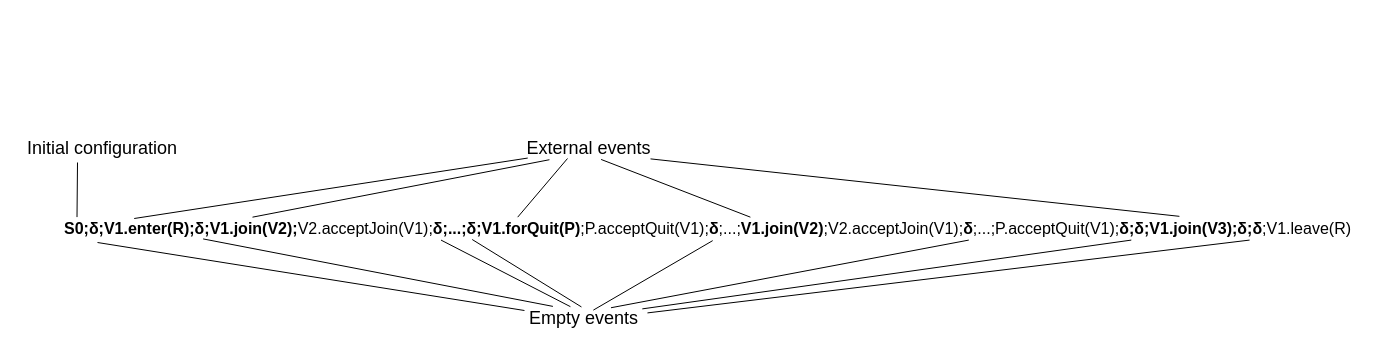
This is chemin.drawio from jpgros/site-web, a draw.io file, before an edit. Source tidied: cells renumbered, new cells numbered last; positions are measured from the earlier drawing's top-left corner, leaving out a move shared by most shapes. Both pictures are drawn from the tidied source at 100%, with x=0, y=0 at pixel (17, 138).
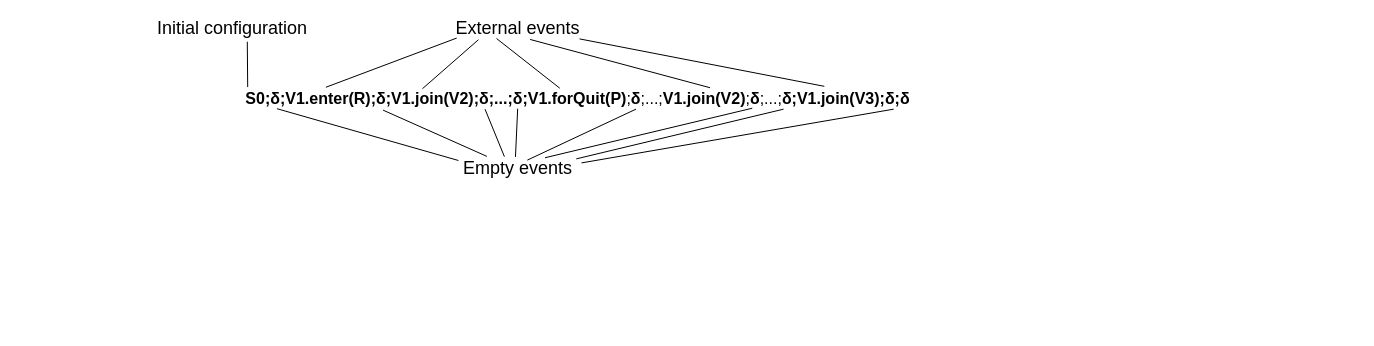
After the change.

What changed in the source:
```diff
@@
-    <mxCell id="2" value="&lt;font style=&quot;font-size: 16px&quot;&gt;&lt;b&gt;S0;δ;V1.enter(R);δ;V1.join(V2);&lt;/b&gt;V2.acceptJoin(V1);&lt;b&gt;δ;...;δ;V1.forQuit(P)&lt;/b&gt;;P.acceptQuit(V1);&lt;b&gt;δ&lt;/b&gt;;...;&lt;b&gt;V1.join(V2)&lt;/b&gt;;V2.acceptJoin(V1);&lt;b&gt;δ&lt;/b&gt;;...;P.acceptQuit(V1);&lt;b&gt;δ;δ;V1.join(V3);δ;δ&lt;/b&gt;;V1.leave(R)&lt;/font&gt;" style="text;html=1;align=center;verticalAlign=middle;points=[];fontSize=14;" parent="1" vertex="1">
-      <mxGeometry x="40" y="80" width="1300" height="20" as="geometry" />
+    <mxCell id="2" value="&lt;font style=&quot;font-size: 16px&quot;&gt;&lt;b&gt;S0;δ;V1.enter(R);δ;V1.join(V2);&lt;/b&gt;&lt;b&gt;δ;...;δ;V1.forQuit(P)&lt;/b&gt;;&lt;b&gt;δ&lt;/b&gt;;...;&lt;b&gt;V1.join(V2)&lt;/b&gt;;&lt;b&gt;δ&lt;/b&gt;;...;&lt;b&gt;δ;V1.join(V3);δ;δ&lt;/b&gt;&lt;/font&gt;" style="text;html=1;align=center;verticalAlign=middle;points=[];fontSize=14;" parent="1" vertex="1">
+      <mxGeometry x="220" y="-50" width="680" height="20" as="geometry" />
     </mxCell>
     <mxCell id="3" value="&lt;font style=&quot;font-size: 18px&quot;&gt;Empty events&lt;/font&gt;" style="text;html=1;align=center;verticalAlign=middle;points=[];" parent="1" vertex="1">
-      <mxGeometry x="506" y="170" width="120" height="20" as="geometry" />
+      <mxGeometry x="440" y="20" width="120" height="20" as="geometry" />
     </mxCell>
-    <mxCell id="4" style="endArrow=none;html=1;exitX=0.008;exitY=0.1;exitDx=0;exitDy=0;exitPerimeter=0;" parent="1" edge="1" source="3">
-      <mxGeometry relative="1" as="geometry">
-        <mxPoint x="80" y="104" as="targetPoint" />
-      </mxGeometry>
+    <mxCell id="4" style="endArrow=none;html=1;exitX=0.008;exitY=0.1;exitDx=0;exitDy=0;exitPerimeter=0;entryX=0.058;entryY=1.01;entryDx=0;entryDy=0;entryPerimeter=0;" parent="1" edge="1" source="3" target="2">
+      <mxGeometry relative="1" as="geometry" />
     </mxCell>
-    <mxCell id="5" style="endArrow=none;html=1;entryX=0.245;entryY=-0.106;entryDx=0;entryDy=0;entryPerimeter=0;exitX=0.112;exitY=1.021;exitDx=0;exitDy=0;exitPerimeter=0;" parent="1" edge="1" source="2" target="3">
+    <mxCell id="5" style="endArrow=none;html=1;entryX=0.245;entryY=-0.106;entryDx=0;entryDy=0;entryPerimeter=0;exitX=0.214;exitY=1.081;exitDx=0;exitDy=0;exitPerimeter=0;" parent="1" edge="1" source="2" target="3">
       <mxGeometry relative="1" as="geometry" />
     </mxCell>
-    <mxCell id="6" style="endArrow=none;html=1;entryX=0.391;entryY=-0.092;entryDx=0;entryDy=0;entryPerimeter=0;exitX=0.295;exitY=1.079;exitDx=0;exitDy=0;exitPerimeter=0;" parent="1" edge="1" source="2" target="3">
+    <mxCell id="6" style="endArrow=none;html=1;entryX=0.391;entryY=-0.092;entryDx=0;entryDy=0;entryPerimeter=0;exitX=0.364;exitY=1.033;exitDx=0;exitDy=0;exitPerimeter=0;" parent="1" edge="1" source="2" target="3">
       <mxGeometry relative="1" as="geometry" />
     </mxCell>
-    <mxCell id="7" style="endArrow=none;html=1;exitX=0.319;exitY=1.05;exitDx=0;exitDy=0;exitPerimeter=0;entryX=0.483;entryY=-0.078;entryDx=0;entryDy=0;entryPerimeter=0;" parent="1" edge="1" source="2" target="3">
+    <mxCell id="7" style="endArrow=none;html=1;exitX=0.412;exitY=1.01;exitDx=0;exitDy=0;exitPerimeter=0;entryX=0.483;entryY=-0.078;entryDx=0;entryDy=0;entryPerimeter=0;" parent="1" edge="1" source="2" target="3">
       <mxGeometry relative="1" as="geometry" />
     </mxCell>
-    <mxCell id="8" style="endArrow=none;html=1;exitX=0.504;exitY=1.107;exitDx=0;exitDy=0;exitPerimeter=0;entryX=0.582;entryY=0.081;entryDx=0;entryDy=0;entryPerimeter=0;" parent="1" edge="1" source="2" target="3">
+    <mxCell id="8" style="endArrow=none;html=1;exitX=0.586;exitY=1.033;exitDx=0;exitDy=0;exitPerimeter=0;entryX=0.582;entryY=0.081;entryDx=0;entryDy=0;entryPerimeter=0;" parent="1" edge="1" source="2" target="3">
       <mxGeometry relative="1" as="geometry" />
     </mxCell>
-    <mxCell id="9" style="endArrow=none;html=1;exitX=0.701;exitY=1.079;exitDx=0;exitDy=0;exitPerimeter=0;entryX=0.729;entryY=-0.038;entryDx=0;entryDy=0;entryPerimeter=0;" parent="1" edge="1" source="2" target="3">
+    <mxCell id="9" style="endArrow=none;html=1;exitX=0.757;exitY=0.986;exitDx=0;exitDy=0;exitPerimeter=0;entryX=0.729;entryY=-0.038;entryDx=0;entryDy=0;entryPerimeter=0;" parent="1" edge="1" source="2" target="3">
       <mxGeometry relative="1" as="geometry" />
     </mxCell>
-    <mxCell id="10" style="endArrow=none;html=1;entryX=0.99;entryY=0.019;entryDx=0;entryDy=0;entryPerimeter=0;exitX=0.826;exitY=1.079;exitDx=0;exitDy=0;exitPerimeter=0;" parent="1" edge="1" source="2" target="3">
+    <mxCell id="10" style="endArrow=none;html=1;entryX=0.99;entryY=0.019;entryDx=0;entryDy=0;entryPerimeter=0;exitX=0.803;exitY=1.033;exitDx=0;exitDy=0;exitPerimeter=0;" parent="1" edge="1" source="2" target="3">
       <mxGeometry relative="1" as="geometry" />
     </mxCell>
-    <mxCell id="11" style="endArrow=none;html=1;entryX=1.033;entryY=0.221;entryDx=0;entryDy=0;entryPerimeter=0;exitX=0.917;exitY=1.079;exitDx=0;exitDy=0;exitPerimeter=0;" parent="1" edge="1" source="2" target="3">
+    <mxCell id="11" style="endArrow=none;html=1;entryX=1.033;entryY=0.221;entryDx=0;entryDy=0;entryPerimeter=0;exitX=0.965;exitY=1.033;exitDx=0;exitDy=0;exitPerimeter=0;" parent="1" edge="1" source="2" target="3">
       <mxGeometry relative="1" as="geometry" />
     </mxCell>
     <mxCell id="12" value="&lt;font style=&quot;font-size: 18px&quot;&gt;External events&lt;/font&gt;" style="text;html=1;align=center;verticalAlign=middle;points=[];" parent="1" vertex="1">
-      <mxGeometry x="501" width="140" height="20" as="geometry" />
+      <mxGeometry x="430" y="-120" width="140" height="20" as="geometry" />
     </mxCell>
-    <mxCell id="13" style="endArrow=none;html=1;exitX=0.059;exitY=0;exitDx=0;exitDy=0;exitPerimeter=0;entryX=0.066;entryY=0.978;entryDx=0;entryDy=0;entryPerimeter=0;" parent="1" edge="1" source="2" target="12">
+    <mxCell id="13" style="endArrow=none;html=1;exitX=0.13;exitY=-0.062;exitDx=0;exitDy=0;exitPerimeter=0;entryX=0.066;entryY=0.978;entryDx=0;entryDy=0;entryPerimeter=0;" parent="1" edge="1" source="2" target="12">
       <mxGeometry relative="1" as="geometry" />
     </mxCell>
-    <mxCell id="14" style="endArrow=none;html=1;exitX=0.15;exitY=-0.067;exitDx=0;exitDy=0;exitPerimeter=0;entryX=0.221;entryY=1.061;entryDx=0;entryDy=0;entryPerimeter=0;" parent="1" edge="1" source="2" target="12">
+    <mxCell id="14" style="endArrow=none;html=1;exitX=0.272;exitY=0.01;exitDx=0;exitDy=0;exitPerimeter=0;entryX=0.221;entryY=1.061;entryDx=0;entryDy=0;entryPerimeter=0;" parent="1" edge="1" source="2" target="12">
       <mxGeometry relative="1" as="geometry" />
     </mxCell>
-    <mxCell id="15" style="endArrow=none;html=1;exitX=0.354;exitY=-0.067;exitDx=0;exitDy=0;exitPerimeter=0;entryX=0.35;entryY=1;entryDx=0;entryDy=0;entryPerimeter=0;" parent="1" edge="1" source="2" target="12">
+    <mxCell id="15" style="endArrow=none;html=1;exitX=0.474;exitY=-0.014;exitDx=0;exitDy=0;exitPerimeter=0;entryX=0.35;entryY=1;entryDx=0;entryDy=0;entryPerimeter=0;" parent="1" edge="1" source="2" target="12">
       <mxGeometry relative="1" as="geometry" />
     </mxCell>
-    <mxCell id="16" style="endArrow=none;html=1;exitX=0.533;exitY=-0.067;exitDx=0;exitDy=0;exitPerimeter=0;entryX=0.59;entryY=1.047;entryDx=0;entryDy=0;entryPerimeter=0;" parent="1" edge="1" source="2" target="12">
+    <mxCell id="16" style="endArrow=none;html=1;exitX=0.695;exitY=-0.038;exitDx=0;exitDy=0;exitPerimeter=0;entryX=0.59;entryY=1.047;entryDx=0;entryDy=0;entryPerimeter=0;" parent="1" edge="1" source="2" target="12">
       <mxGeometry relative="1" as="geometry" />
     </mxCell>
@@
     <mxCell id="18" value="&lt;font style=&quot;font-size: 18px&quot;&gt;Initial configuration&lt;/font&gt;" style="text;html=1;strokeColor=none;fillColor=none;align=center;verticalAlign=middle;whiteSpace=wrap;rounded=0;" parent="1" vertex="1">
-      <mxGeometry width="170" height="20" as="geometry" />
+      <mxGeometry x="130" y="-120" width="170" height="20" as="geometry" />
     </mxCell>
-    <mxCell id="19" style="endArrow=none;html=1;exitX=0.015;exitY=-0.071;exitDx=0;exitDy=0;exitPerimeter=0;" parent="1" edge="1" source="2">
-      <mxGeometry relative="1" as="geometry">
-        <mxPoint x="60" y="24" as="targetPoint" />
-      </mxGeometry>
+    <mxCell id="19" style="endArrow=none;html=1;exitX=0.015;exitY=-0.071;exitDx=0;exitDy=0;exitPerimeter=0;entryX=0.587;entryY=1.16;entryDx=0;entryDy=0;entryPerimeter=0;" parent="1" edge="1" source="2" target="18">
+      <mxGeometry relative="1" as="geometry" />
     </mxCell>
```
